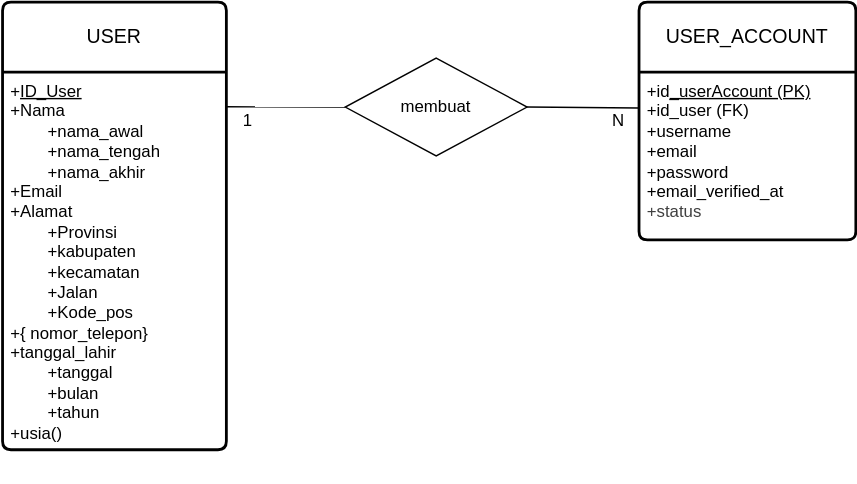
The draw.io diagram docs/UserAccount.drawio.svg in ardiansyah-sweng/duweet, before a commit. Source tidied: cells renumbered, new cells last; positions are measured from the earlier drawing's top-left corner, leaving out a move shared by most shapes.
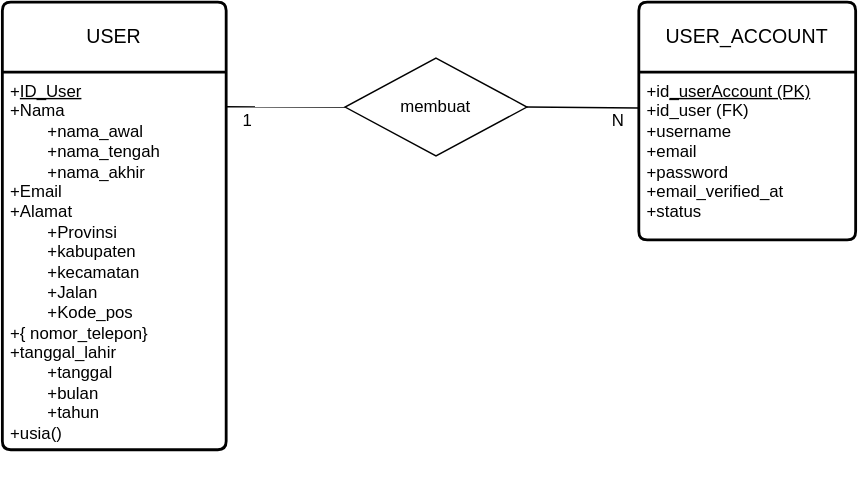
Later version of the same file.

Commit message:
Perbaikan ERD revisi

Change to the diagram source:
```diff
@@ -25,7 +25,7 @@
     <mxCell id="8" value="USER_ACCOUNT" style="swimlane;horizontal=1;startSize=50;rounded=1;fontSize=14;fontStyle=0;strokeWidth=2;shadow=0;dashed=0;align=center;arcSize=4;whiteSpace=wrap;html=1;" parent="1" vertex="1">
       <mxGeometry x="455" width="155" height="170" as="geometry" />
     </mxCell>
-    <mxCell id="9" value="+id&lt;u style=&quot;scrollbar-color: light-dark(#e2e2e2, #4b4b4b)&lt;br/&gt;&#9;&#9;&#9;&#9;&#9;light-dark(#fbfbfb, var(--dark-panel-color));&quot;&gt;_userAccount (PK)&lt;/u&gt;&lt;br style=&quot;scrollbar-color: light-dark(#e2e2e2, #4b4b4b)&lt;br/&gt;&#9;&#9;&#9;&#9;&#9;light-dark(#fbfbfb, var(--dark-panel-color));&quot;&gt;+id_user (FK)&lt;div style=&quot;scrollbar-color: light-dark(#e2e2e2, #4b4b4b)&lt;br/&gt;&#9;&#9;&#9;&#9;&#9;light-dark(#fbfbfb, var(--dark-panel-color));&quot;&gt;+username&lt;/div&gt;&lt;div style=&quot;scrollbar-color: light-dark(#e2e2e2, #4b4b4b)&lt;br/&gt;&#9;&#9;&#9;&#9;&#9;light-dark(#fbfbfb, var(--dark-panel-color));&quot;&gt;+email&lt;/div&gt;&lt;div style=&quot;scrollbar-color: light-dark(#e2e2e2, #4b4b4b)&lt;br/&gt;&#9;&#9;&#9;&#9;&#9;light-dark(#fbfbfb, var(--dark-panel-color));&quot;&gt;+password&lt;div style=&quot;scrollbar-color: light-dark(#e2e2e2, #4b4b4b)&lt;br/&gt;&#9;&#9;&#9;&#9;&#9;light-dark(#fbfbfb, var(--dark-panel-color));&quot;&gt;+email_verified_at&lt;/div&gt;&lt;div style=&quot;scrollbar-color: light-dark(#e2e2e2, #4b4b4b)&lt;br/&gt;&#9;&#9;&#9;&#9;&#9;light-dark(#fbfbfb, var(--dark-panel-color));&quot;&gt;&lt;div style=&quot;color: rgb(63, 63, 63); scrollbar-color: light-dark(#e2e2e2, #4b4b4b)&lt;br/&gt;&#9;&#9;&#9;&#9;&#9;light-dark(#fbfbfb, var(--dark-panel-color));&quot;&gt;+status&lt;/div&gt;&lt;div&gt;&lt;br&gt;&lt;/div&gt;&lt;/div&gt;&lt;div style=&quot;scrollbar-color: light-dark(#e2e2e2, #4b4b4b)&lt;br/&gt;&#9;&#9;&#9;&#9;&#9;light-dark(#fbfbfb, var(--dark-panel-color));&quot;&gt;&lt;br&gt;&lt;/div&gt;&lt;div style=&quot;scrollbar-color: light-dark(#e2e2e2, #4b4b4b)&lt;br/&gt;&#9;&#9;&#9;&#9;&#9;light-dark(#fbfbfb, var(--dark-panel-color));&quot;&gt;&lt;br style=&quot;scrollbar-color: light-dark(#e2e2e2, #4b4b4b)&lt;br/&gt;&#9;&#9;&#9;&#9;&#9;light-dark(#fbfbfb, var(--dark-panel-color));&quot;&gt;&lt;/div&gt;&lt;div style=&quot;scrollbar-color: light-dark(#e2e2e2, #4b4b4b)&lt;br/&gt;&#9;&#9;&#9;&#9;&#9;light-dark(#fbfbfb, var(--dark-panel-color));&quot;&gt;&lt;br style=&quot;color: rgb(63, 63, 63); scrollbar-color: light-dark(#e2e2e2, #4b4b4b)&lt;br/&gt;&#9;&#9;&#9;&#9;&#9;light-dark(#fbfbfb, var(--dark-panel-color));&quot;&gt;&lt;/div&gt;&lt;/div&gt;" style="align=left;strokeColor=none;fillColor=none;spacingLeft=4;fontSize=12;verticalAlign=top;html=1;" parent="8" vertex="1">
+    <mxCell id="9" value="+id&lt;u style=&quot;scrollbar-color: light-dark(#e2e2e2, #4b4b4b)&lt;br/&gt;&#9;&#9;&#9;&#9;&#9;light-dark(#fbfbfb, var(--dark-panel-color));&quot;&gt;_userAccount (PK)&lt;/u&gt;&lt;br style=&quot;scrollbar-color: light-dark(#e2e2e2, #4b4b4b)&lt;br/&gt;&#9;&#9;&#9;&#9;&#9;light-dark(#fbfbfb, var(--dark-panel-color));&quot;&gt;+id_user (FK)&lt;div style=&quot;scrollbar-color: light-dark(#e2e2e2, #4b4b4b)&lt;br/&gt;&#9;&#9;&#9;&#9;&#9;light-dark(#fbfbfb, var(--dark-panel-color));&quot;&gt;+username&lt;/div&gt;&lt;div style=&quot;scrollbar-color: light-dark(#e2e2e2, #4b4b4b)&lt;br/&gt;&#9;&#9;&#9;&#9;&#9;light-dark(#fbfbfb, var(--dark-panel-color));&quot;&gt;+email&lt;/div&gt;&lt;div style=&quot;scrollbar-color: light-dark(#e2e2e2, #4b4b4b)&lt;br/&gt;&#9;&#9;&#9;&#9;&#9;light-dark(#fbfbfb, var(--dark-panel-color));&quot;&gt;+password&lt;div style=&quot;scrollbar-color: light-dark(#e2e2e2, #4b4b4b)&lt;br/&gt;&#9;&#9;&#9;&#9;&#9;light-dark(#fbfbfb, var(--dark-panel-color));&quot;&gt;+email_verified_at&lt;/div&gt;&lt;div style=&quot;scrollbar-color: light-dark(#e2e2e2, #4b4b4b)&lt;br/&gt;&#9;&#9;&#9;&#9;&#9;light-dark(#fbfbfb, var(--dark-panel-color));&quot;&gt;+status&lt;/div&gt;&lt;div style=&quot;scrollbar-color: light-dark(#e2e2e2, #4b4b4b)&lt;br/&gt;&#9;&#9;&#9;&#9;&#9;light-dark(#fbfbfb, var(--dark-panel-color));&quot;&gt;&lt;div&gt;&lt;br&gt;&lt;/div&gt;&lt;/div&gt;&lt;div style=&quot;scrollbar-color: light-dark(#e2e2e2, #4b4b4b)&lt;br/&gt;&#9;&#9;&#9;&#9;&#9;light-dark(#fbfbfb, var(--dark-panel-color));&quot;&gt;&lt;br&gt;&lt;/div&gt;&lt;div style=&quot;scrollbar-color: light-dark(#e2e2e2, #4b4b4b)&lt;br/&gt;&#9;&#9;&#9;&#9;&#9;light-dark(#fbfbfb, var(--dark-panel-color));&quot;&gt;&lt;br style=&quot;scrollbar-color: light-dark(#e2e2e2, #4b4b4b)&lt;br/&gt;&#9;&#9;&#9;&#9;&#9;light-dark(#fbfbfb, var(--dark-panel-color));&quot;&gt;&lt;/div&gt;&lt;div style=&quot;scrollbar-color: light-dark(#e2e2e2, #4b4b4b)&lt;br/&gt;&#9;&#9;&#9;&#9;&#9;light-dark(#fbfbfb, var(--dark-panel-color));&quot;&gt;&lt;br style=&quot;color: rgb(63, 63, 63); scrollbar-color: light-dark(#e2e2e2, #4b4b4b)&lt;br/&gt;&#9;&#9;&#9;&#9;&#9;light-dark(#fbfbfb, var(--dark-panel-color));&quot;&gt;&lt;/div&gt;&lt;/div&gt;" style="align=left;strokeColor=none;fillColor=none;spacingLeft=4;fontSize=12;verticalAlign=top;html=1;" parent="8" vertex="1">
       <mxGeometry y="50" width="155" height="120" as="geometry" />
     </mxCell>
     <mxCell id="10" style="edgeStyle=none;html=1;exitX=0.5;exitY=1;exitDx=0;exitDy=0;" parent="8" edge="1" source="8" target="9">
```
